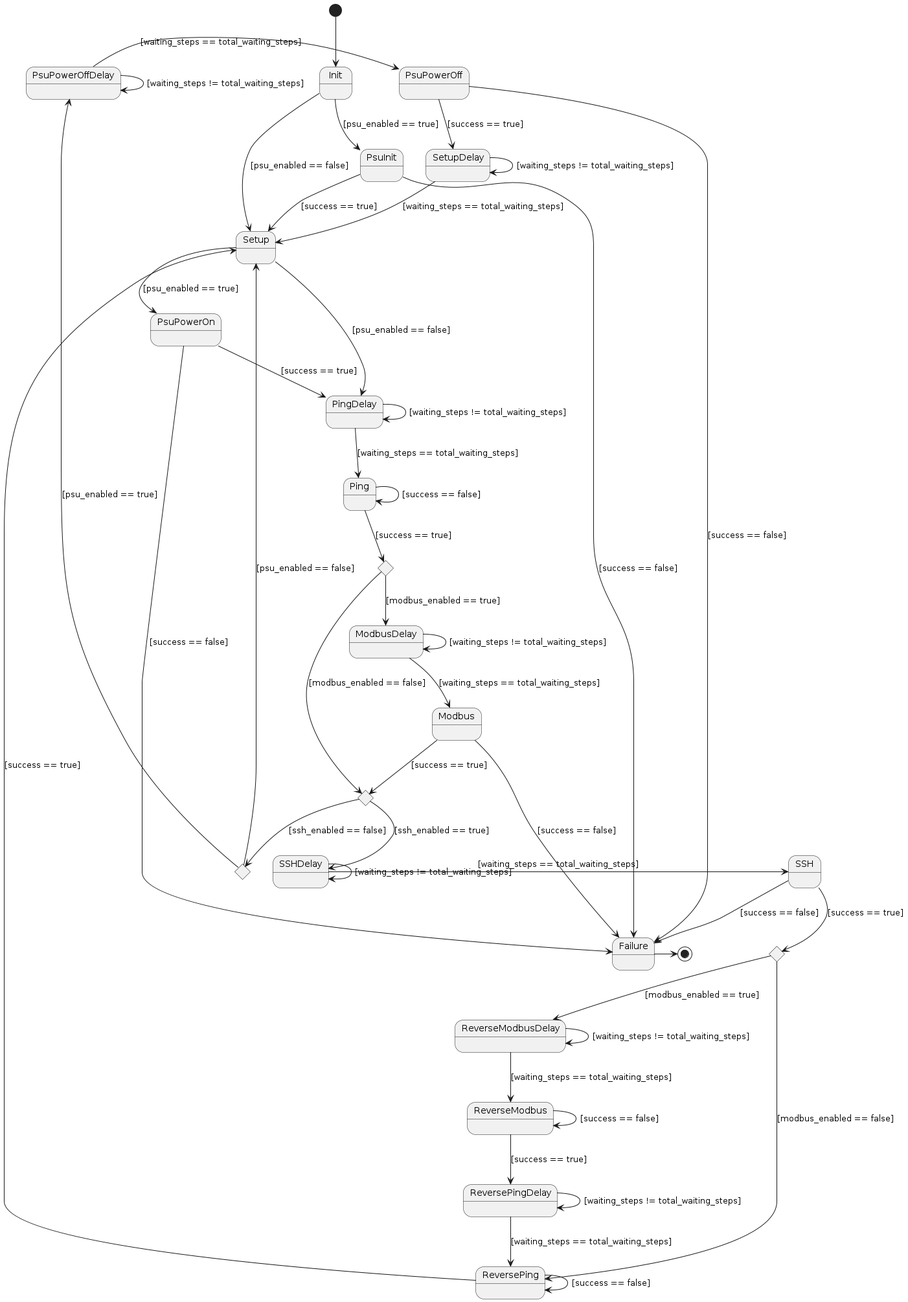
pixsys-electronics/PowerSupplyCycleTool keeps this PlantUML diagram as assets/state_machine.png. Above is the earlier version.
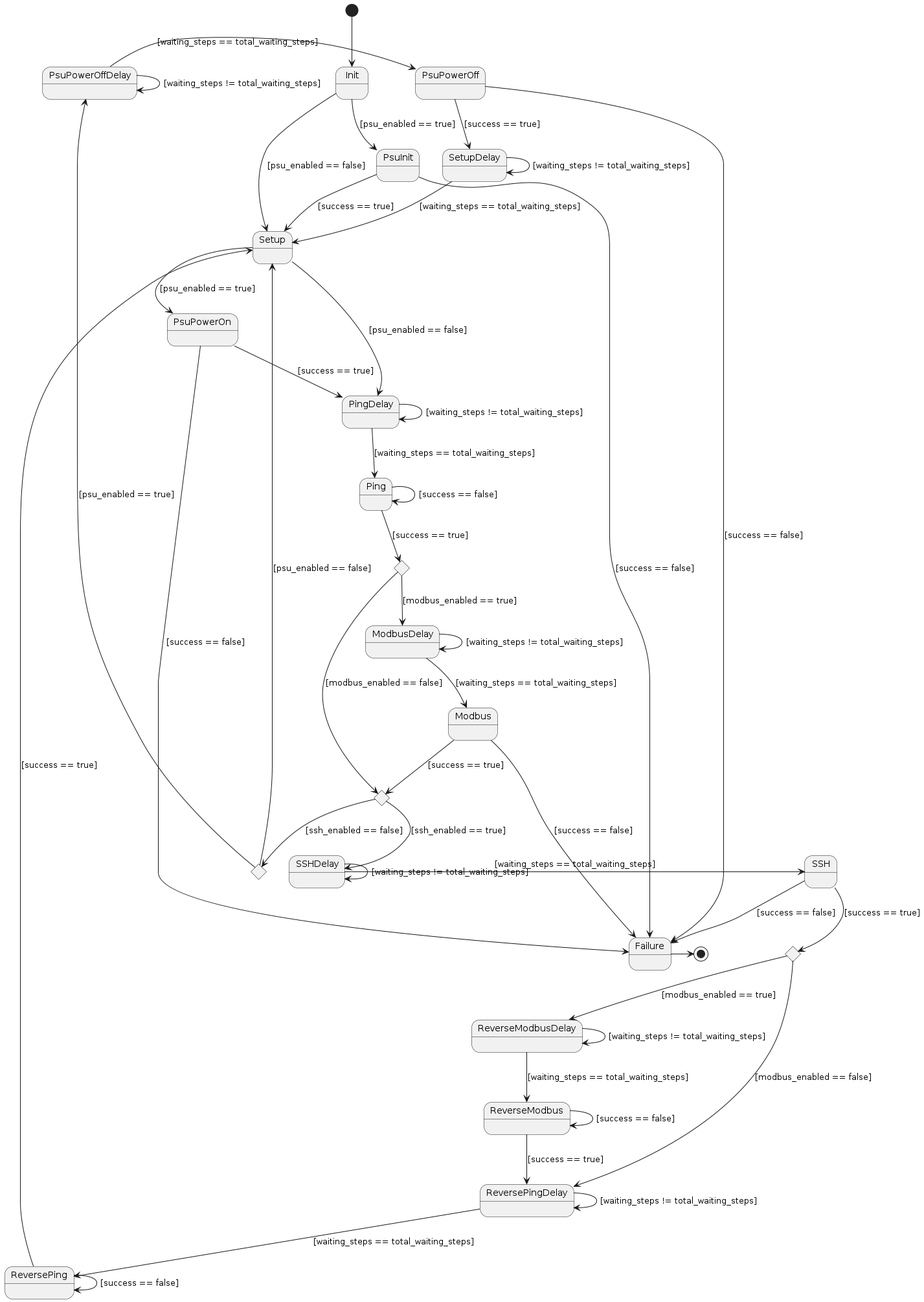
After the commit.

Commit message:
fix SSH transition on state machine schema

What changed in the source:
```diff
@@ -17,7 +17,7 @@
 PingDecision3 --> Setup : [psu_enabled == false]
 
 SSHDecision --> ReverseModbusDelay : [modbus_enabled == true]
-SSHDecision --> ReversePing : [modbus_enabled == false]
+SSHDecision --> ReversePingDelay : [modbus_enabled == false]
 
 Init --> PsuInit : [psu_enabled == true]
 Init --> Setup : [psu_enabled == false]
```
